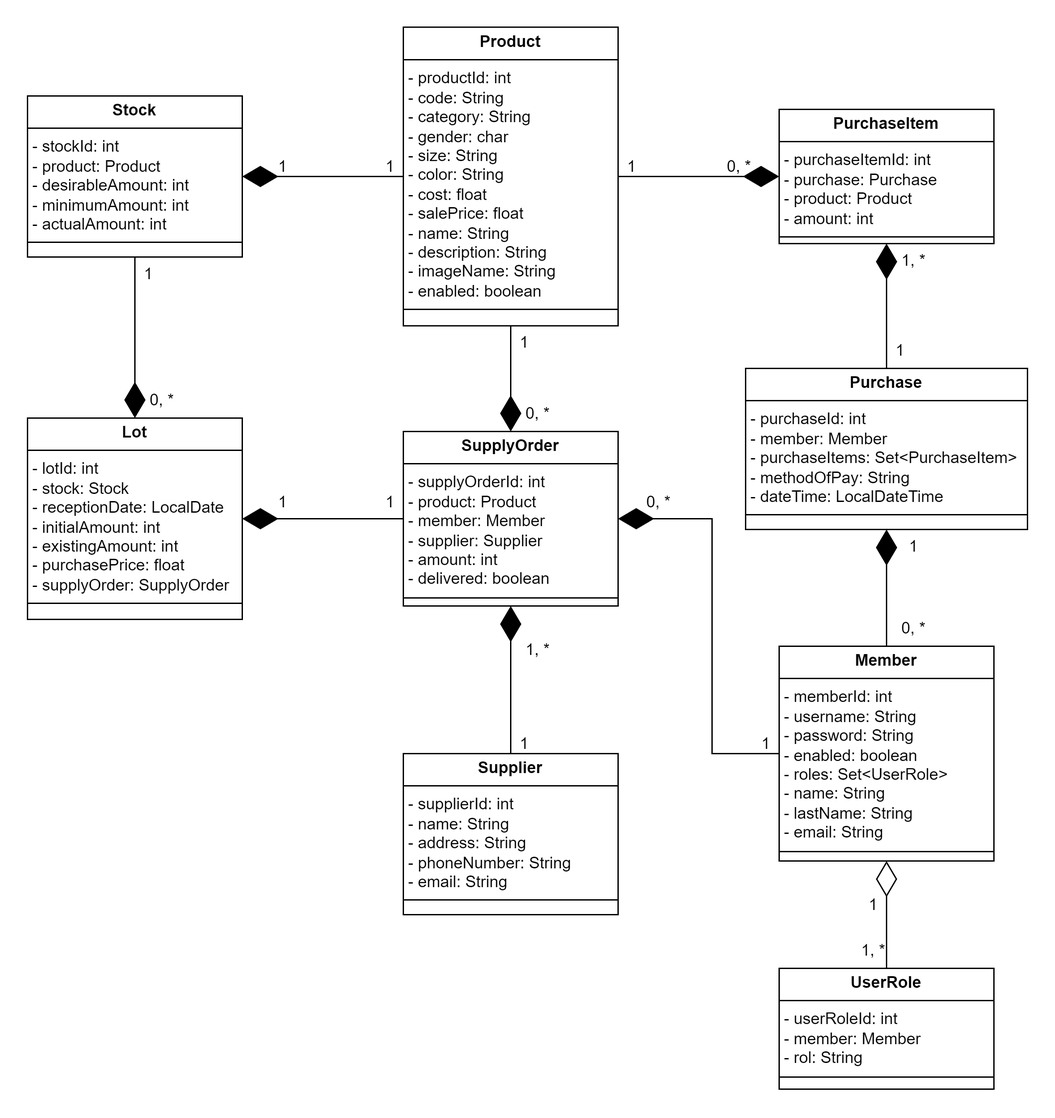
This is Diagrama de Clases.png from MaximilianoCalahorra/CulturaJean, a draw.io export, as it was before one commit. Source tidied: cells renumbered, new cells last; positions are measured from the earlier drawing's top-left corner, leaving out a move shared by most shapes.
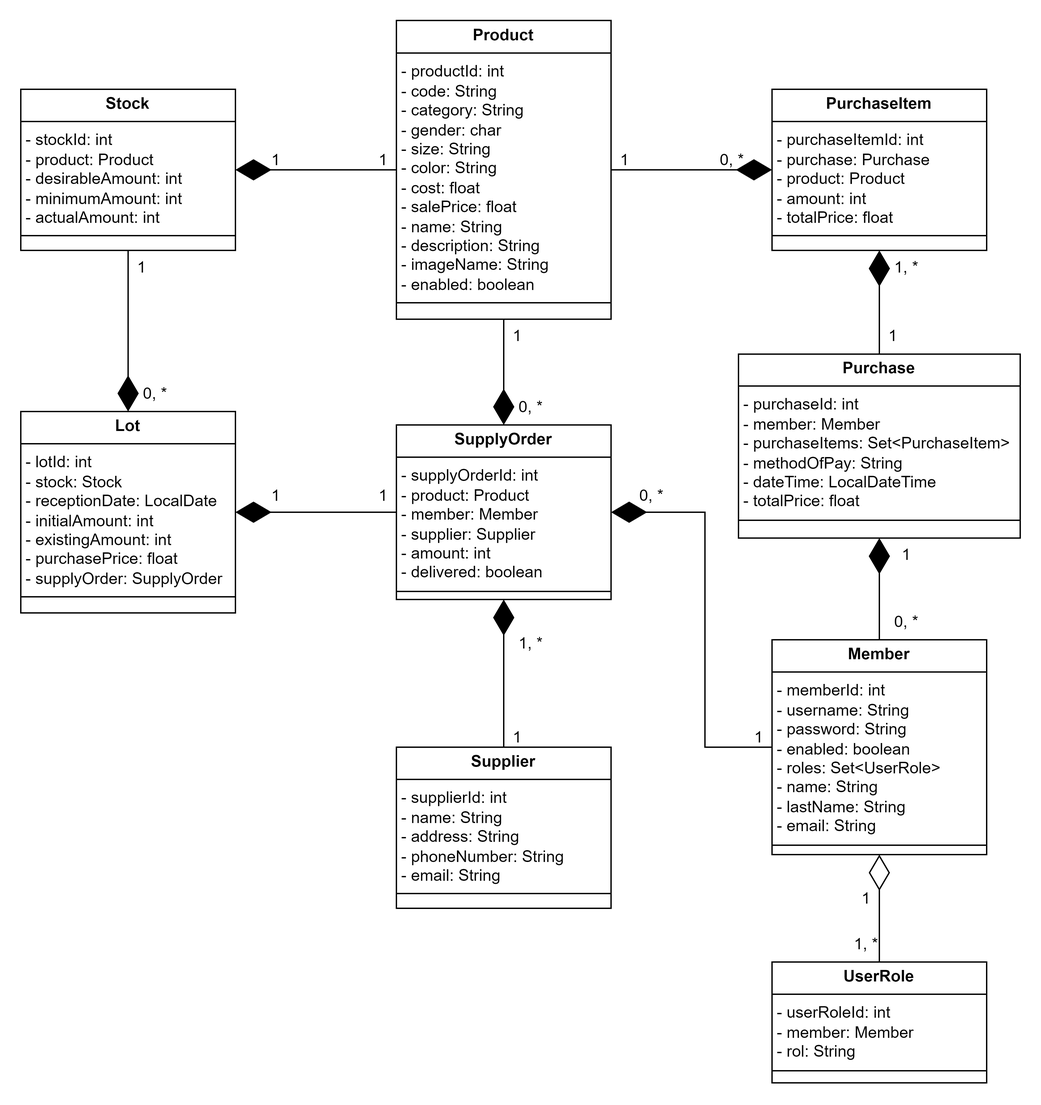
After the change.

Commit message:
Modificaciones sobre el diagrama de clases y el script para cargar los datos

The edit, as a diff of the source:
```diff
@@ -38,14 +38,14 @@
     <mxCell id="13" style="edgeStyle=orthogonalEdgeStyle;rounded=0;jettySize=auto;html=1;exitX=0.5;exitY=1;exitDx=0;exitDy=0;entryX=0.5;entryY=0;entryDx=0;entryDy=0;endArrow=none;endFill=0;startArrow=diamondThin;startFill=1;startSize=24;" parent="1" edge="1" source="14" target="18">
       <mxGeometry relative="1" as="geometry" />
     </mxCell>
-    <mxCell id="14" value="&lt;p style=&quot;margin:0px;margin-top:4px;text-align:center;&quot;&gt;&lt;b&gt;Purchase&lt;/b&gt;&lt;/p&gt;&lt;hr size=&quot;1&quot; style=&quot;border-style:solid;&quot;&gt;&lt;p style=&quot;margin:0px;margin-left:4px;&quot;&gt;- purchaseId: int&lt;/p&gt;&lt;p style=&quot;margin:0px;margin-left:4px;&quot;&gt;- member: Member&lt;/p&gt;&lt;p style=&quot;margin:0px;margin-left:4px;&quot;&gt;- purchaseItems: Set&amp;lt;PurchaseItem&amp;gt;&lt;/p&gt;&lt;p style=&quot;margin:0px;margin-left:4px;&quot;&gt;- methodOfPay: String&lt;/p&gt;&lt;p style=&quot;margin:0px;margin-left:4px;&quot;&gt;- dateTime: LocalDateTime&lt;/p&gt;&lt;hr size=&quot;1&quot; style=&quot;border-style:solid;&quot;&gt;&lt;p style=&quot;margin:0px;margin-left:4px;&quot;&gt;&lt;br&gt;&lt;/p&gt;" style="verticalAlign=top;align=left;overflow=fill;html=1;whiteSpace=wrap;" parent="1" vertex="1">
-      <mxGeometry x="535" y="254" width="210" height="120" as="geometry" />
+    <mxCell id="14" value="&lt;p style=&quot;margin:0px;margin-top:4px;text-align:center;&quot;&gt;&lt;b&gt;Purchase&lt;/b&gt;&lt;/p&gt;&lt;hr size=&quot;1&quot; style=&quot;border-style:solid;&quot;&gt;&lt;p style=&quot;margin:0px;margin-left:4px;&quot;&gt;- purchaseId: int&lt;/p&gt;&lt;p style=&quot;margin:0px;margin-left:4px;&quot;&gt;- member: Member&lt;/p&gt;&lt;p style=&quot;margin:0px;margin-left:4px;&quot;&gt;- purchaseItems: Set&amp;lt;PurchaseItem&amp;gt;&lt;/p&gt;&lt;p style=&quot;margin:0px;margin-left:4px;&quot;&gt;- methodOfPay: String&lt;/p&gt;&lt;p style=&quot;margin:0px;margin-left:4px;&quot;&gt;- dateTime: LocalDateTime&lt;/p&gt;&lt;p style=&quot;margin:0px;margin-left:4px;&quot;&gt;- totalPrice: float&lt;/p&gt;&lt;hr size=&quot;1&quot; style=&quot;border-style:solid;&quot;&gt;&lt;p style=&quot;margin:0px;margin-left:4px;&quot;&gt;&lt;br&gt;&lt;/p&gt;" style="verticalAlign=top;align=left;overflow=fill;html=1;whiteSpace=wrap;" parent="1" vertex="1">
+      <mxGeometry x="535" y="248.2" width="210" height="137" as="geometry" />
     </mxCell>
     <mxCell id="15" style="edgeStyle=orthogonalEdgeStyle;rounded=0;jettySize=auto;html=1;exitX=0.5;exitY=1;exitDx=0;exitDy=0;entryX=0.5;entryY=0;entryDx=0;entryDy=0;startSize=24;endArrow=none;endFill=0;startArrow=diamondThin;startFill=1;" parent="1" edge="1" source="16" target="14">
       <mxGeometry relative="1" as="geometry" />
     </mxCell>
-    <mxCell id="16" value="&lt;p style=&quot;margin:0px;margin-top:4px;text-align:center;&quot;&gt;&lt;b&gt;PurchaseItem&lt;/b&gt;&lt;/p&gt;&lt;hr size=&quot;1&quot; style=&quot;border-style:solid;&quot;&gt;&lt;p style=&quot;margin:0px;margin-left:4px;&quot;&gt;- purchaseItemId: int&lt;/p&gt;&lt;p style=&quot;margin:0px;margin-left:4px;&quot;&gt;- purchase: Purchase&lt;/p&gt;&lt;p style=&quot;margin:0px;margin-left:4px;&quot;&gt;- product: Product&lt;/p&gt;&lt;p style=&quot;margin:0px;margin-left:4px;&quot;&gt;- amount: int&lt;/p&gt;&lt;hr size=&quot;1&quot; style=&quot;border-style:solid;&quot;&gt;&lt;p style=&quot;margin:0px;margin-left:4px;&quot;&gt;&lt;br&gt;&lt;/p&gt;" style="verticalAlign=top;align=left;overflow=fill;html=1;whiteSpace=wrap;" parent="1" vertex="1">
-      <mxGeometry x="560" y="61" width="160" height="100" as="geometry" />
+    <mxCell id="16" value="&lt;p style=&quot;margin:0px;margin-top:4px;text-align:center;&quot;&gt;&lt;b&gt;PurchaseItem&lt;/b&gt;&lt;/p&gt;&lt;hr size=&quot;1&quot; style=&quot;border-style:solid;&quot;&gt;&lt;p style=&quot;margin:0px;margin-left:4px;&quot;&gt;- purchaseItemId: int&lt;/p&gt;&lt;p style=&quot;margin:0px;margin-left:4px;&quot;&gt;- purchase: Purchase&lt;/p&gt;&lt;p style=&quot;margin:0px;margin-left:4px;&quot;&gt;- product: Product&lt;/p&gt;&lt;p style=&quot;margin:0px;margin-left:4px;&quot;&gt;- amount: int&lt;/p&gt;&lt;p style=&quot;margin:0px;margin-left:4px;&quot;&gt;- totalPrice: float&lt;/p&gt;&lt;hr size=&quot;1&quot; style=&quot;border-style:solid;&quot;&gt;&lt;p style=&quot;margin:0px;margin-left:4px;&quot;&gt;&lt;br&gt;&lt;/p&gt;" style="verticalAlign=top;align=left;overflow=fill;html=1;whiteSpace=wrap;" parent="1" vertex="1">
+      <mxGeometry x="560" y="51" width="160" height="120" as="geometry" />
     </mxCell>
     <mxCell id="17" style="edgeStyle=orthogonalEdgeStyle;rounded=0;jettySize=auto;html=1;exitX=0.5;exitY=1;exitDx=0;exitDy=0;entryX=0.5;entryY=0;entryDx=0;entryDy=0;endArrow=none;endFill=0;startArrow=diamondThin;startFill=0;startSize=24;" parent="1" edge="1" source="18" target="19">
       <mxGeometry relative="1" as="geometry" />
@@ -87,13 +87,13 @@
       <mxGeometry x="370" y="275" width="20" height="26" as="geometry" />
     </mxCell>
     <mxCell id="30" value="&lt;span style=&quot;font-weight: normal;&quot;&gt;1&lt;/span&gt;" style="text;align=center;fontStyle=1;verticalAlign=middle;spacingLeft=3;spacingRight=3;strokeColor=none;html=1;" parent="1" vertex="1">
-      <mxGeometry x="640" y="228" width="20" height="26" as="geometry" />
+      <mxGeometry x="640" y="222.2" width="20" height="26" as="geometry" />
     </mxCell>
     <mxCell id="31" value="&lt;span style=&quot;font-weight: normal;&quot;&gt;1, *&lt;/span&gt;" style="text;align=center;fontStyle=1;verticalAlign=middle;spacingLeft=3;spacingRight=3;strokeColor=none;html=1;" parent="1" vertex="1">
-      <mxGeometry x="650" y="161" width="20" height="26" as="geometry" />
+      <mxGeometry x="650" y="171" width="20" height="26" as="geometry" />
     </mxCell>
     <mxCell id="32" value="&lt;span style=&quot;font-weight: normal;&quot;&gt;1&lt;/span&gt;" style="text;align=center;fontStyle=1;verticalAlign=middle;spacingLeft=3;spacingRight=3;strokeColor=none;html=1;" parent="1" vertex="1">
-      <mxGeometry x="650" y="374" width="20" height="26" as="geometry" />
+      <mxGeometry x="650" y="385.2" width="20" height="26" as="geometry" />
     </mxCell>
     <mxCell id="33" value="&lt;span style=&quot;font-weight: normal;&quot;&gt;0, *&lt;/span&gt;" style="text;align=center;fontStyle=1;verticalAlign=middle;spacingLeft=3;spacingRight=3;strokeColor=none;html=1;" parent="1" vertex="1">
       <mxGeometry x="650" y="435" width="20" height="26" as="geometry" />
```
